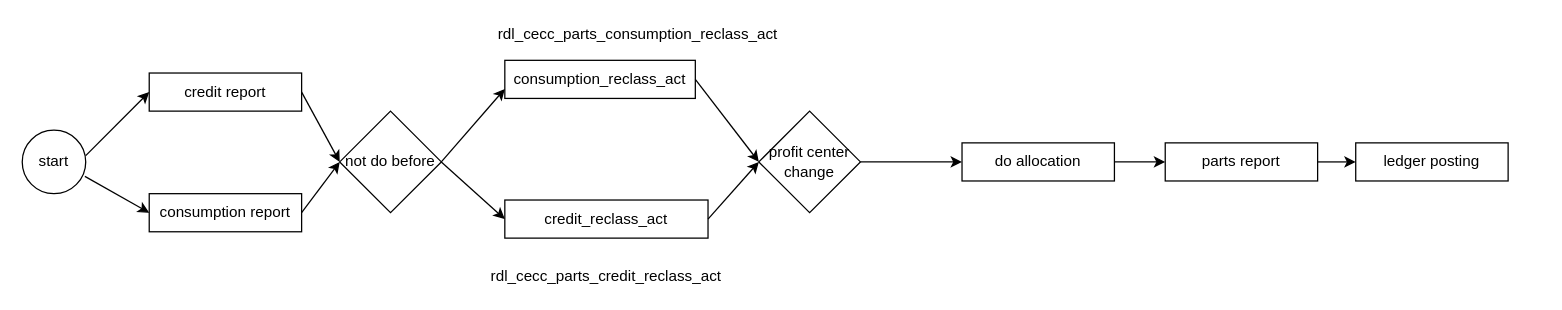
Earlier version of the draw.io diagram src/Untitled Diagram.drawio (zhang-xdl/Crawler). Source tidied: cells renumbered, new cells numbered last; positions are measured from the earlier drawing's top-left corner, leaving out a move shared by most shapes. Both pictures are drawn from the tidied source at 127%, with x=0, y=0 at pixel (22, 22).
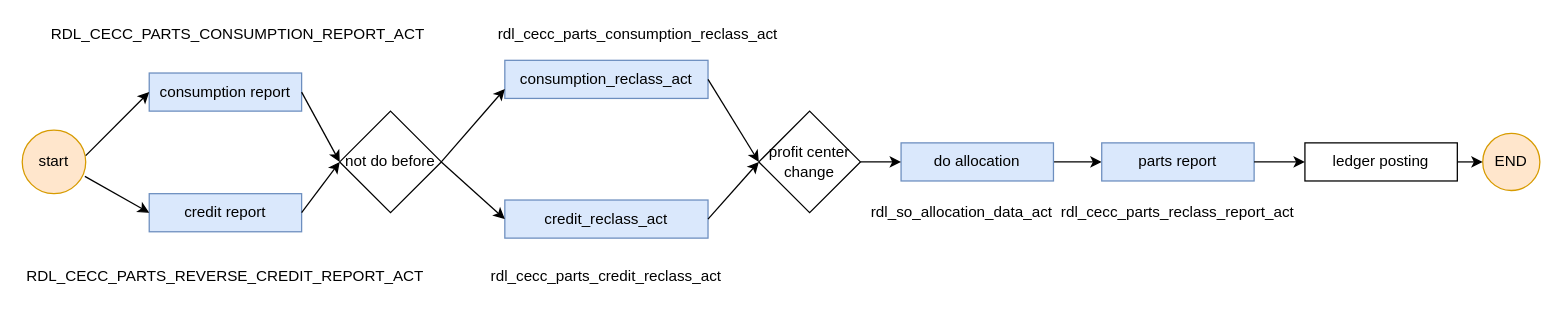
The same page after the edit.

What changed in the source:
```diff
@@
-    <mxCell id="2" value="credit report" style="rounded=0;whiteSpace=wrap;html=1;" parent="1" vertex="1">
+    <mxCell id="2" value="consumption report" style="rounded=0;whiteSpace=wrap;html=1;fillColor=#dae8fc;strokeColor=#6c8ebf;" parent="1" vertex="1">
       <mxGeometry x="100" y="40" width="120" height="30" as="geometry" />
     </mxCell>
-    <mxCell id="3" value="consumption report" style="rounded=0;whiteSpace=wrap;html=1;" parent="1" vertex="1">
+    <mxCell id="3" value="credit report" style="rounded=0;whiteSpace=wrap;html=1;fillColor=#dae8fc;strokeColor=#6c8ebf;" parent="1" vertex="1">
       <mxGeometry x="100" y="135" width="120" height="30" as="geometry" />
     </mxCell>
@@
-    <mxCell id="5" value="start" style="ellipse;whiteSpace=wrap;html=1;" parent="1" vertex="1">
+    <mxCell id="5" value="start" style="ellipse;whiteSpace=wrap;html=1;fillColor=#ffe6cc;strokeColor=#d79b00;" parent="1" vertex="1">
       <mxGeometry y="85" width="50" height="50" as="geometry" />
     </mxCell>
@@
-    <mxCell id="11" value="do allocation" style="rounded=0;whiteSpace=wrap;html=1;" parent="1" vertex="1">
-      <mxGeometry x="740" y="95" width="120" height="30" as="geometry" />
+    <mxCell id="11" value="do allocation" style="rounded=0;whiteSpace=wrap;html=1;fillColor=#dae8fc;strokeColor=#6c8ebf;" parent="1" vertex="1">
+      <mxGeometry x="692" y="95" width="120" height="30" as="geometry" />
     </mxCell>
-    <mxCell id="12" value="consumption_reclass_act" style="rounded=0;whiteSpace=wrap;html=1;" parent="1" vertex="1">
-      <mxGeometry x="380" y="30" width="150" height="30" as="geometry" />
+    <mxCell id="12" value="consumption_reclass_act" style="rounded=0;whiteSpace=wrap;html=1;fillColor=#dae8fc;strokeColor=#6c8ebf;" parent="1" vertex="1">
+      <mxGeometry x="380" y="30" width="160" height="30" as="geometry" />
     </mxCell>
-    <mxCell id="13" value="credit_reclass_act" style="rounded=0;whiteSpace=wrap;html=1;" parent="1" vertex="1">
+    <mxCell id="13" value="credit_reclass_act" style="rounded=0;whiteSpace=wrap;html=1;fillColor=#dae8fc;strokeColor=#6c8ebf;" parent="1" vertex="1">
       <mxGeometry x="380" y="140" width="160" height="30" as="geometry" />
     </mxCell>
@@
-    <mxCell id="20" value="parts report" style="rounded=0;whiteSpace=wrap;html=1;" parent="1" vertex="1">
-      <mxGeometry x="900" y="95" width="120" height="30" as="geometry" />
+    <mxCell id="20" value="parts report" style="rounded=0;whiteSpace=wrap;html=1;fillColor=#dae8fc;strokeColor=#6c8ebf;" parent="1" vertex="1">
+      <mxGeometry x="850" y="95" width="120" height="30" as="geometry" />
     </mxCell>
     <mxCell id="21" value="ledger posting" style="rounded=0;whiteSpace=wrap;html=1;" parent="1" vertex="1">
-      <mxGeometry x="1050" y="95" width="120" height="30" as="geometry" />
+      <mxGeometry x="1010" y="95" width="120" height="30" as="geometry" />
     </mxCell>
@@
+    <mxCell id="25" value="END" style="ellipse;whiteSpace=wrap;html=1;fillColor=#ffe6cc;strokeColor=#d79b00;" parent="1" vertex="1">
+      <mxGeometry x="1150" y="87.5" width="45" height="45" as="geometry" />
+    </mxCell>
+    <mxCell id="26" style="endArrow=classic;html=1;exitX=1;exitY=0.5;exitDx=0;exitDy=0;entryX=0;entryY=0.5;entryDx=0;entryDy=0;" parent="1" edge="1" source="21" target="25">
+      <mxGeometry relative="1" as="geometry" />
+    </mxCell>
+    <mxCell id="27" value="RDL_CECC_PARTS_CONSUMPTION_REPORT_ACT" style="text;html=1;strokeColor=none;fillColor=none;align=center;verticalAlign=middle;whiteSpace=wrap;rounded=0;" parent="1" vertex="1">
+      <mxGeometry x="150" width="40" height="20" as="geometry" />
+    </mxCell>
+    <mxCell id="28" value="RDL_CECC_PARTS_REVERSE_CREDIT_REPORT_ACT" style="text;html=1;strokeColor=none;fillColor=none;align=center;verticalAlign=middle;whiteSpace=wrap;rounded=0;" parent="1" vertex="1">
+      <mxGeometry x="140" y="190" width="40" height="20" as="geometry" />
+    </mxCell>
+    <mxCell id="29" value="rdl_so_allocation_data_act" style="text;html=1;strokeColor=none;fillColor=none;align=center;verticalAlign=middle;whiteSpace=wrap;rounded=0;" parent="1" vertex="1">
+      <mxGeometry x="720" y="140" width="40" height="20" as="geometry" />
+    </mxCell>
+    <mxCell id="30" value="rdl_cecc_parts_reclass_report_act" style="text;html=1;strokeColor=none;fillColor=none;align=center;verticalAlign=middle;whiteSpace=wrap;rounded=0;" parent="1" vertex="1">
+      <mxGeometry x="890" y="140" width="40" height="20" as="geometry" />
+    </mxCell>
```
